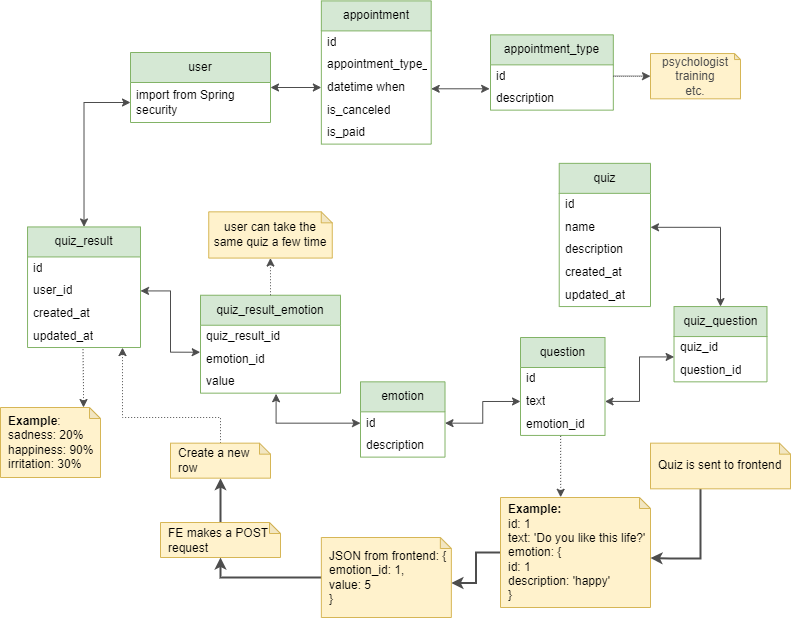
This is docs/test_diagram.drawio.png from emotional-help-competition/backend, a draw.io export, as it was before one commit. Source tidied: cells renumbered, new cells last; positions are measured from the earlier drawing's top-left corner, leaving out a move shared by most shapes.
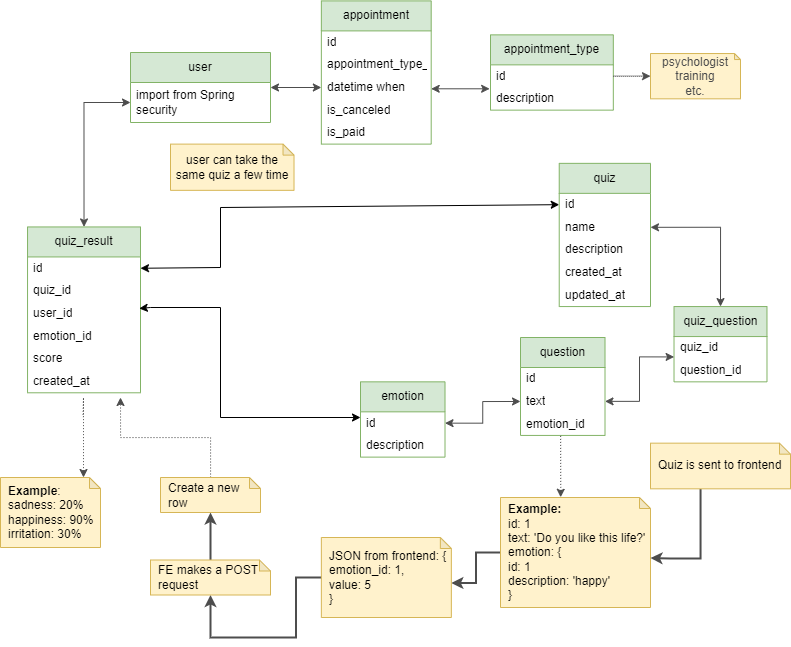
After the change.

What changed in the source:
```diff
@@ -98,27 +98,9 @@
     <mxCell id="33" style="edgeStyle=orthogonalEdgeStyle;rounded=0;jettySize=auto;html=1;exitX=1;exitY=0.5;exitDx=0;exitDy=0;entryX=0;entryY=0.5;entryDx=0;entryDy=0;startArrow=classic;startFill=1;strokeColor=#4D4D4D;" parent="1" edge="1" source="31" target="24">
       <mxGeometry relative="1" as="geometry" />
     </mxCell>
-    <mxCell id="34" value="quiz_result_emotion" style="swimlane;fontStyle=0;horizontal=1;startSize=30;whiteSpace=wrap;html=1;fillColor=#d5e8d4;strokeColor=#82b366;" parent="1" vertex="1">
-      <mxGeometry x="200" y="294.7" width="140" height="97.9" as="geometry" />
-    </mxCell>
-    <mxCell id="35" value="quiz_result_id" style="text;strokeColor=none;fillColor=none;align=left;verticalAlign=middle;spacingLeft=4;spacingRight=4;overflow=hidden;whiteSpace=wrap;html=1;" parent="34" vertex="1">
-      <mxGeometry y="30" width="140" height="22.6" as="geometry" />
-    </mxCell>
-    <mxCell id="36" value="emotion_id" style="text;strokeColor=none;fillColor=none;align=left;verticalAlign=middle;spacingLeft=4;spacingRight=4;overflow=hidden;points=[[0,0.5],[1,0.5]];portConstraint=eastwest;whiteSpace=wrap;html=1;" parent="34" vertex="1">
-      <mxGeometry y="52.6" width="140" height="22.6" as="geometry" />
-    </mxCell>
-    <mxCell id="37" value="value" style="text;strokeColor=none;fillColor=none;align=left;verticalAlign=middle;spacingLeft=4;spacingRight=4;overflow=hidden;points=[[0,0.5],[1,0.5]];portConstraint=eastwest;whiteSpace=wrap;html=1;" parent="34" vertex="1">
-      <mxGeometry y="75.3" width="140" height="22.6" as="geometry" />
-    </mxCell>
-    <mxCell id="38" style="edgeStyle=orthogonalEdgeStyle;rounded=0;jettySize=auto;html=1;entryX=0;entryY=0.5;entryDx=0;entryDy=0;startArrow=classic;startFill=1;strokeColor=#4D4D4D;exitX=0.54;exitY=1.027;exitDx=0;exitDy=0;exitPerimeter=0;" parent="1" edge="1" source="37" target="31">
-      <mxGeometry relative="1" as="geometry" />
-    </mxCell>
     <mxCell id="39" style="edgeStyle=orthogonalEdgeStyle;rounded=0;jettySize=auto;html=1;entryX=0.5;entryY=0;entryDx=0;entryDy=0;startArrow=classic;startFill=1;strokeColor=#4D4D4D;" parent="1" edge="1" source="3" target="47">
       <mxGeometry relative="1" as="geometry" />
     </mxCell>
-    <mxCell id="40" style="edgeStyle=orthogonalEdgeStyle;rounded=0;jettySize=auto;html=1;entryX=-0.002;entryY=0.192;entryDx=0;entryDy=0;startArrow=classic;startFill=1;entryPerimeter=0;strokeColor=#4D4D4D;" parent="1" edge="1" source="49" target="36">
-      <mxGeometry relative="1" as="geometry" />
-    </mxCell>
     <mxCell id="41" style="edgeStyle=orthogonalEdgeStyle;rounded=0;jettySize=auto;html=1;entryX=-0.007;entryY=0.057;entryDx=0;entryDy=0;entryPerimeter=0;startArrow=classic;startFill=1;exitX=1;exitY=0.557;exitDx=0;exitDy=0;exitPerimeter=0;strokeColor=#4D4D4D;" parent="1" edge="1" source="7" target="13">
       <mxGeometry relative="1" as="geometry" />
     </mxCell>
@@ -126,37 +108,41 @@
       <mxGeometry relative="1" as="geometry" />
     </mxCell>
     <mxCell id="43" value="user can take the same quiz a few time" style="shape=note;whiteSpace=wrap;html=1;backgroundOutline=1;darkOpacity=0.05;size=11;spacingTop=0;fillColor=#fff2cc;strokeColor=#d6b656;" parent="1" vertex="1">
-      <mxGeometry x="208.2" y="211.3" width="123.5" height="46.2" as="geometry" />
+      <mxGeometry x="170" y="143.6" width="123.5" height="46.2" as="geometry" />
     </mxCell>
-    <mxCell id="44" style="edgeStyle=orthogonalEdgeStyle;rounded=0;jettySize=auto;html=1;startArrow=none;startFill=0;strokeColor=#4D4D4D;dashed=1;dashPattern=1 2;" parent="1" edge="1" source="34" target="43">
-      <mxGeometry relative="1" as="geometry" />
-    </mxCell>
-    <mxCell id="45" style="edgeStyle=orthogonalEdgeStyle;rounded=0;jettySize=auto;html=1;dashed=1;dashPattern=1 2;strokeColor=#4D4D4D;fontSize=11;fontColor=#4D4D4D;startArrow=classic;startFill=1;endArrow=none;endFill=0;entryX=0.491;entryY=1.072;entryDx=0;entryDy=0;entryPerimeter=0;" parent="1" edge="1" source="46" target="51">
+    <mxCell id="45" style="edgeStyle=orthogonalEdgeStyle;rounded=0;jettySize=auto;html=1;dashed=1;dashPattern=1 2;strokeColor=#4D4D4D;fontSize=11;fontColor=#4D4D4D;startArrow=classic;startFill=1;endArrow=none;endFill=0;entryX=0.491;entryY=1.072;entryDx=0;entryDy=0;entryPerimeter=0;" parent="1" edge="1" source="46">
       <mxGeometry relative="1" as="geometry">
+        <mxPoint x="82.5" y="416.6" as="targetPoint" />
         <Array as="points">
-          <mxPoint x="83" y="387" />
-          <mxPoint x="83" y="387" />
+          <mxPoint x="83" y="397" />
+          <mxPoint x="83" y="397" />
         </Array>
       </mxGeometry>
     </mxCell>
     <mxCell id="46" value="&lt;b&gt;Example&lt;/b&gt;:&lt;br&gt;sadness: 20%&lt;br&gt;happiness: 90%&lt;br&gt;irritation: 30%" style="shape=note;whiteSpace=wrap;html=1;backgroundOutline=1;darkOpacity=0.05;size=11;spacingTop=0;fillColor=#fff2cc;strokeColor=#d6b656;align=left;spacingLeft=6;" parent="1" vertex="1">
-      <mxGeometry y="407" width="100" height="70" as="geometry" />
+      <mxGeometry y="477" width="100" height="70" as="geometry" />
     </mxCell>
     <mxCell id="47" value="quiz_result" style="swimlane;fontStyle=0;horizontal=1;startSize=30;whiteSpace=wrap;html=1;fillColor=#d5e8d4;strokeColor=#82b366;" parent="1" vertex="1">
-      <mxGeometry x="27" y="226.4" width="113" height="120.6" as="geometry" />
+      <mxGeometry x="27" y="226.4" width="113" height="165.8" as="geometry" />
     </mxCell>
     <mxCell id="48" value="id" style="text;strokeColor=none;fillColor=none;align=left;verticalAlign=middle;spacingLeft=4;spacingRight=4;overflow=hidden;points=[[0,0.5],[1,0.5]];portConstraint=eastwest;whiteSpace=wrap;html=1;" parent="47" vertex="1">
       <mxGeometry y="30" width="113" height="22.6" as="geometry" />
     </mxCell>
+    <mxCell id="63" value="quiz_id" style="text;strokeColor=none;fillColor=none;align=left;verticalAlign=middle;spacingLeft=4;spacingRight=4;overflow=hidden;whiteSpace=wrap;html=1;" parent="47" vertex="1">
+      <mxGeometry y="52.6" width="113" height="22.6" as="geometry" />
+    </mxCell>
     <mxCell id="49" value="user_id" style="text;strokeColor=none;fillColor=none;align=left;verticalAlign=middle;spacingLeft=4;spacingRight=4;overflow=hidden;points=[[0,0.5],[1,0.5]];portConstraint=eastwest;whiteSpace=wrap;html=1;" parent="47" vertex="1">
-      <mxGeometry y="52.6" width="113" height="22.6" as="geometry" />
+      <mxGeometry y="75.3" width="113" height="22.6" as="geometry" />
     </mxCell>
+    <mxCell id="36" value="emotion_id" style="text;strokeColor=none;fillColor=none;align=left;verticalAlign=middle;spacingLeft=4;spacingRight=4;overflow=hidden;points=[[0,0.5],[1,0.5]];portConstraint=eastwest;whiteSpace=wrap;html=1;" parent="47" vertex="1">
+      <mxGeometry y="97.9" width="113" height="22.6" as="geometry" />
+    </mxCell>
+    <mxCell id="64" value="score" style="text;strokeColor=none;fillColor=none;align=left;verticalAlign=middle;spacingLeft=4;spacingRight=4;overflow=hidden;whiteSpace=wrap;html=1;" parent="47" vertex="1">
+      <mxGeometry y="120.6" width="113" height="22.6" as="geometry" />
+    </mxCell>
     <mxCell id="50" value="created_at" style="text;strokeColor=none;fillColor=none;align=left;verticalAlign=middle;spacingLeft=4;spacingRight=4;overflow=hidden;whiteSpace=wrap;html=1;" parent="47" vertex="1">
-      <mxGeometry y="75.3" width="113" height="22.6" as="geometry" />
+      <mxGeometry y="143.2" width="113" height="22.6" as="geometry" />
     </mxCell>
-    <mxCell id="51" value="updated_at" style="text;strokeColor=none;fillColor=none;align=left;verticalAlign=middle;spacingLeft=4;spacingRight=4;overflow=hidden;points=[[0,0.5],[1,0.5]];portConstraint=eastwest;whiteSpace=wrap;html=1;" parent="47" vertex="1">
-      <mxGeometry y="97.9" width="113" height="22.6" as="geometry" />
-    </mxCell>
     <mxCell id="52" style="edgeStyle=orthogonalEdgeStyle;rounded=0;jettySize=auto;html=1;dashed=1;dashPattern=1 2;strokeColor=#4D4D4D;fontSize=11;fontColor=#4D4D4D;startArrow=classic;startFill=1;endArrow=none;endFill=0;exitX=0.401;exitY=-0.002;exitDx=0;exitDy=0;exitPerimeter=0;entryX=0.475;entryY=0.997;entryDx=0;entryDy=0;entryPerimeter=0;" parent="1" edge="1" source="54" target="25">
       <mxGeometry relative="1" as="geometry">
         <Array as="points">
@@ -192,19 +178,37 @@
       <mxGeometry relative="1" as="geometry" />
     </mxCell>
     <mxCell id="60" value="FE makes a POST request" style="shape=note;whiteSpace=wrap;html=1;backgroundOutline=1;darkOpacity=0.05;size=11;spacingTop=0;fillColor=#fff2cc;strokeColor=#d6b656;align=left;spacingBottom=0;spacingLeft=6;" parent="1" vertex="1">
-      <mxGeometry x="160" y="522" width="120" height="35" as="geometry" />
+      <mxGeometry x="150" y="559.5" width="120" height="35" as="geometry" />
     </mxCell>
-    <mxCell id="61" style="edgeStyle=orthogonalEdgeStyle;rounded=0;jettySize=auto;html=1;strokeColor=#4D4D4D;strokeWidth=1;fontSize=11;fontColor=#4D4D4D;startArrow=none;startFill=0;endArrow=classic;endFill=1;dashed=1;dashPattern=1 2;entryX=0.839;entryY=1.005;entryDx=0;entryDy=0;entryPerimeter=0;" parent="1" edge="1" source="62" target="51">
+    <mxCell id="61" style="edgeStyle=orthogonalEdgeStyle;rounded=0;jettySize=auto;html=1;strokeColor=#4D4D4D;strokeWidth=1;fontSize=11;fontColor=#4D4D4D;startArrow=none;startFill=0;endArrow=classic;endFill=1;dashed=1;dashPattern=1 2;" parent="1" edge="1" source="62">
       <mxGeometry relative="1" as="geometry">
+        <mxPoint x="120" y="397" as="targetPoint" />
         <Array as="points">
-          <mxPoint x="220" y="417" />
-          <mxPoint x="122" y="417" />
-          <mxPoint x="122" y="347" />
+          <mxPoint x="210" y="437" />
+          <mxPoint x="120" y="437" />
         </Array>
       </mxGeometry>
     </mxCell>
     <mxCell id="62" value="Create a new row" style="shape=note;whiteSpace=wrap;html=1;backgroundOutline=1;darkOpacity=0.05;size=11;spacingTop=0;fillColor=#fff2cc;strokeColor=#d6b656;align=left;spacingBottom=0;spacingLeft=6;" parent="1" vertex="1">
-      <mxGeometry x="170" y="442.7" width="100" height="35" as="geometry" />
+      <mxGeometry x="160" y="477" width="100" height="35" as="geometry" />
     </mxCell>
+    <mxCell id="65" style="endArrow=classic;startArrow=classic;html=1;rounded=0;exitX=0.989;exitY=0.277;exitDx=0;exitDy=0;exitPerimeter=0;" parent="1" edge="1" source="49">
+      <mxGeometry relative="1" as="geometry">
+        <mxPoint x="360" y="417" as="targetPoint" />
+        <Array as="points">
+          <mxPoint x="150" y="307" />
+          <mxPoint x="220" y="307" />
+          <mxPoint x="220" y="417" />
+        </Array>
+      </mxGeometry>
+    </mxCell>
+    <mxCell id="66" style="endArrow=classic;startArrow=classic;html=1;rounded=0;exitX=1;exitY=0.5;exitDx=0;exitDy=0;entryX=0;entryY=0.5;entryDx=0;entryDy=0;" parent="1" edge="1" source="48" target="17">
+      <mxGeometry relative="1" as="geometry">
+        <Array as="points">
+          <mxPoint x="220" y="267" />
+          <mxPoint x="220" y="207" />
+        </Array>
+      </mxGeometry>
+    </mxCell>
   </root>
 </mxGraphModel>
```
